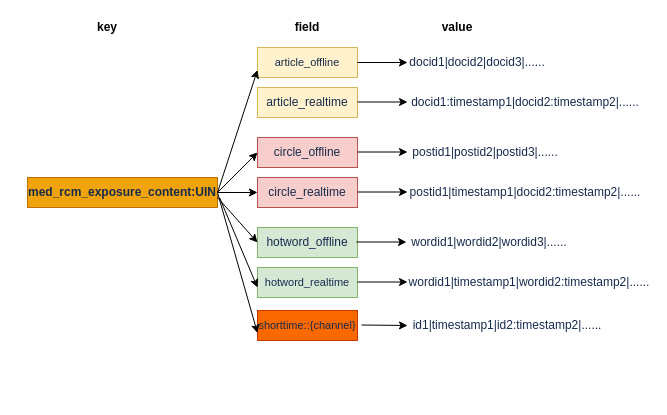
Above: exposure_redis_hash.drawio in checkking/diagrams (draw.io), before the change. Source tidied: cells renumbered, new cells numbered last; positions are measured from the earlier drawing's top-left corner, leaving out a move shared by most shapes. Both pictures are drawn from the tidied source at 100%, with x=0, y=0 at pixel (27, 17).
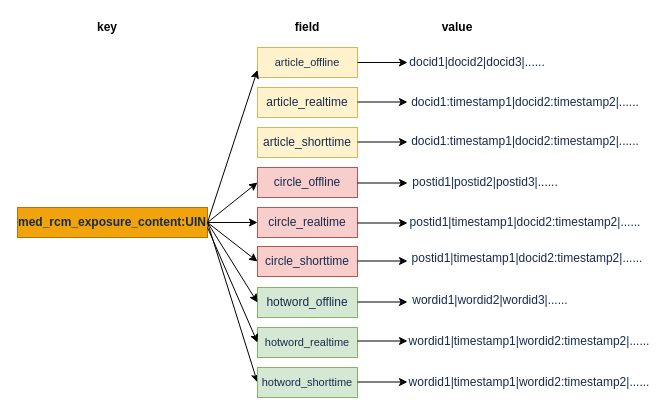
The same page after the edit.

Diff of the diagram source:
```diff
@@
+    <mxCell id="33" style="rounded=0;jettySize=auto;html=1;exitX=1;exitY=0.5;exitDx=0;exitDy=0;entryX=0;entryY=0.5;entryDx=0;entryDy=0;" parent="1" edge="1" source="2" target="37">
+      <mxGeometry relative="1" as="geometry" />
+    </mxCell>
     <mxCell id="2" value="&lt;strong style=&quot;margin: 0px ; color: rgb(23 , 43 , 77) ; text-align: left&quot;&gt;&lt;span style=&quot;margin: 0px&quot;&gt;&lt;font style=&quot;font-size: 12px&quot;&gt;med_rcm_exposure_content:UIN&lt;/font&gt;&lt;/span&gt;&lt;/strong&gt;" style="rounded=0;whiteSpace=wrap;html=1;fillColor=#f0a30a;strokeColor=#BD7000;fontColor=#ffffff;" parent="1" vertex="1">
-      <mxGeometry y="160" width="190" height="30" as="geometry" />
+      <mxGeometry x="-10" y="190" width="190" height="30" as="geometry" />
     </mxCell>
@@
     <mxCell id="5" value="&lt;span style=&quot;margin: 0px ; color: rgb(23 , 43 , 77) ; text-align: left&quot;&gt;&lt;font style=&quot;font-size: 12px&quot;&gt;circle_offline&lt;/font&gt;&lt;/span&gt;" style="rounded=0;whiteSpace=wrap;html=1;fillColor=#f8cecc;strokeColor=#b85450;" parent="1" vertex="1">
-      <mxGeometry x="230" y="120" width="100" height="30" as="geometry" />
+      <mxGeometry x="230" y="150" width="100" height="30" as="geometry" />
     </mxCell>
     <mxCell id="6" value="&lt;span style=&quot;margin: 0px ; color: rgb(23 , 43 , 77) ; text-align: left&quot;&gt;&lt;font style=&quot;font-size: 12px&quot;&gt;&lt;span style=&quot;margin: 0px&quot;&gt;circle&lt;/span&gt;_realtime&lt;/font&gt;&lt;/span&gt;" style="rounded=0;whiteSpace=wrap;html=1;fillColor=#f8cecc;strokeColor=#b85450;" parent="1" vertex="1">
-      <mxGeometry x="230" y="160" width="100" height="30" as="geometry" />
+      <mxGeometry x="230" y="190" width="100" height="30" as="geometry" />
     </mxCell>
     <mxCell id="7" value="&lt;span style=&quot;margin: 0px ; color: rgb(23 , 43 , 77) ; text-align: left&quot;&gt;&lt;font style=&quot;font-size: 12px&quot;&gt;hotword_offline&lt;/font&gt;&lt;/span&gt;" style="rounded=0;whiteSpace=wrap;html=1;fillColor=#d5e8d4;strokeColor=#82b366;" parent="1" vertex="1">
-      <mxGeometry x="230" y="210" width="100" height="30" as="geometry" />
+      <mxGeometry x="230" y="270" width="100" height="30" as="geometry" />
     </mxCell>
     <mxCell id="8" value="&lt;span style=&quot;margin: 0px ; color: rgb(23 , 43 , 77) ; text-align: left&quot;&gt;&lt;font style=&quot;font-size: 11px&quot;&gt;hotword_realtime&lt;/font&gt;&lt;/span&gt;" style="rounded=0;whiteSpace=wrap;html=1;fontSize=11;fillColor=#d5e8d4;strokeColor=#82b366;" parent="1" vertex="1">
-      <mxGeometry x="230" y="250" width="100" height="30" as="geometry" />
+      <mxGeometry x="230" y="310" width="100" height="30" as="geometry" />
     </mxCell>
@@
-    <mxCell id="11" style="endArrow=classic;html=1;entryX=0;entryY=0.5;entryDx=0;entryDy=0;" parent="1" edge="1" target="6">
-      <mxGeometry relative="1" as="geometry">
-        <mxPoint x="190" y="175" as="sourcePoint" />
-      </mxGeometry>
+    <mxCell id="11" style="endArrow=classic;html=1;entryX=0;entryY=0.5;entryDx=0;entryDy=0;exitX=1;exitY=0.5;exitDx=0;exitDy=0;" parent="1" edge="1" source="2" target="6">
+      <mxGeometry relative="1" as="geometry" />
     </mxCell>
-    <mxCell id="12" style="endArrow=classic;html=1;entryX=0;entryY=0.5;entryDx=0;entryDy=0;" parent="1" edge="1" target="7">
-      <mxGeometry relative="1" as="geometry">
-        <mxPoint x="190" y="180" as="sourcePoint" />
-      </mxGeometry>
+    <mxCell id="12" style="endArrow=classic;html=1;entryX=0;entryY=0.5;entryDx=0;entryDy=0;exitX=1;exitY=0.5;exitDx=0;exitDy=0;" parent="1" edge="1" source="2" target="7">
+      <mxGeometry relative="1" as="geometry" />
     </mxCell>
-    <mxCell id="13" style="endArrow=classic;html=1;" parent="1" edge="1">
-      <mxGeometry relative="1" as="geometry">
-        <mxPoint x="192" y="180" as="sourcePoint" />
-        <mxPoint x="230" y="270" as="targetPoint" />
-      </mxGeometry>
+    <mxCell id="13" style="endArrow=classic;html=1;entryX=0;entryY=0.5;entryDx=0;entryDy=0;exitX=1;exitY=0.5;exitDx=0;exitDy=0;" parent="1" edge="1" source="2" target="40">
+      <mxGeometry relative="1" as="geometry" />
     </mxCell>
@@
     <mxCell id="16" value="&lt;span style=&quot;color: rgb(23 , 43 , 77) ; text-align: left ; background-color: rgb(255 , 255 , 255)&quot;&gt;postid1|postid2|postid3|......&lt;/span&gt;" style="text;html=1;strokeColor=none;fillColor=none;align=center;verticalAlign=middle;whiteSpace=wrap;rounded=0;" parent="1" vertex="1">
-      <mxGeometry x="438" y="125" width="40" height="20" as="geometry" />
+      <mxGeometry x="438" y="155" width="40" height="20" as="geometry" />
     </mxCell>
     <mxCell id="17" value="&lt;span style=&quot;color: rgb(23 , 43 , 77) ; text-align: left ; background-color: rgb(255 , 255 , 255)&quot;&gt;postid1|timestamp1|docid2:timestamp2|......&lt;/span&gt;" style="text;html=1;strokeColor=none;fillColor=none;align=center;verticalAlign=middle;whiteSpace=wrap;rounded=0;" parent="1" vertex="1">
-      <mxGeometry x="478" y="165" width="40" height="20" as="geometry" />
+      <mxGeometry x="478" y="195" width="40" height="20" as="geometry" />
     </mxCell>
     <mxCell id="18" value="&lt;span style=&quot;color: rgb(23 , 43 , 77) ; text-align: left ; background-color: rgb(255 , 255 , 255)&quot;&gt;wordid1|wordid2|wordid3|......&lt;/span&gt;" style="text;html=1;strokeColor=none;fillColor=none;align=center;verticalAlign=middle;whiteSpace=wrap;rounded=0;" parent="1" vertex="1">
-      <mxGeometry x="442" y="215" width="40" height="20" as="geometry" />
+      <mxGeometry x="443" y="273" width="40" height="20" as="geometry" />
     </mxCell>
     <mxCell id="19" value="&lt;span style=&quot;color: rgb(23 , 43 , 77) ; text-align: left ; background-color: rgb(255 , 255 , 255)&quot;&gt;wordid1|timestamp1|wordid2:timestamp2|......&lt;/span&gt;" style="text;html=1;strokeColor=none;fillColor=none;align=center;verticalAlign=middle;whiteSpace=wrap;rounded=0;" parent="1" vertex="1">
-      <mxGeometry x="482" y="255" width="40" height="20" as="geometry" />
+      <mxGeometry x="482" y="314" width="40" height="20" as="geometry" />
     </mxCell>
@@
     <mxCell id="22" style="endArrow=classic;html=1;exitX=1;exitY=0.5;exitDx=0;exitDy=0;" parent="1" edge="1">
       <mxGeometry relative="1" as="geometry">
-        <mxPoint x="330" y="134.5" as="sourcePoint" />
-        <mxPoint x="380" y="134.5" as="targetPoint" />
+        <mxPoint x="330" y="165.5" as="sourcePoint" />
+        <mxPoint x="380" y="165.5" as="targetPoint" />
       </mxGeometry>
     </mxCell>
     <mxCell id="23" style="endArrow=classic;html=1;exitX=1;exitY=0.5;exitDx=0;exitDy=0;" parent="1" edge="1">
       <mxGeometry relative="1" as="geometry">
-        <mxPoint x="330" y="174.5" as="sourcePoint" />
-        <mxPoint x="380" y="174.5" as="targetPoint" />
+        <mxPoint x="330" y="205.5" as="sourcePoint" />
+        <mxPoint x="380" y="205.5" as="targetPoint" />
       </mxGeometry>
     </mxCell>
     <mxCell id="24" style="endArrow=classic;html=1;exitX=1;exitY=0.5;exitDx=0;exitDy=0;" parent="1" edge="1">
       <mxGeometry relative="1" as="geometry">
-        <mxPoint x="329" y="224.5" as="sourcePoint" />
-        <mxPoint x="379" y="224.5" as="targetPoint" />
+        <mxPoint x="330" y="284.5" as="sourcePoint" />
+        <mxPoint x="380" y="284.5" as="targetPoint" />
       </mxGeometry>
     </mxCell>
     <mxCell id="25" style="endArrow=classic;html=1;exitX=1;exitY=0.5;exitDx=0;exitDy=0;" parent="1" edge="1">
       <mxGeometry relative="1" as="geometry">
-        <mxPoint x="330" y="264.5" as="sourcePoint" />
-        <mxPoint x="380" y="264.5" as="targetPoint" />
+        <mxPoint x="330" y="323.5" as="sourcePoint" />
+        <mxPoint x="380" y="323.5" as="targetPoint" />
       </mxGeometry>
     </mxCell>
@@
-    <mxCell id="29" value="&lt;font color=&quot;#172b4d&quot;&gt;shorttime::{channel}&lt;/font&gt;" style="rounded=0;whiteSpace=wrap;html=1;fontSize=11;fillColor=#fa6800;strokeColor=#C73500;fontColor=#ffffff;" parent="1" vertex="1">
-      <mxGeometry x="230" y="293" width="100" height="30" as="geometry" />
-    </mxCell>
-    <mxCell id="30" style="endArrow=classic;html=1;strokeColor=#000000;entryX=0;entryY=0.75;entryDx=0;entryDy=0;exitX=1;exitY=0.5;exitDx=0;exitDy=0;" parent="1" edge="1" source="2" target="29">
-      <mxGeometry relative="1" as="geometry" />
+    <mxCell id="30" style="endArrow=classic;html=1;strokeColor=#000000;entryX=0;entryY=0.5;entryDx=0;entryDy=0;" parent="1" edge="1" target="8">
+      <mxGeometry relative="1" as="geometry">
+        <mxPoint x="180" y="210" as="sourcePoint" />
+      </mxGeometry>
     </mxCell>
-    <mxCell id="31" value="&lt;span style=&quot;color: rgb(23 , 43 , 77) ; text-align: left ; background-color: rgb(255 , 255 , 255)&quot;&gt;id1|timestamp1|id2:timestamp2|......&lt;/span&gt;" style="text;html=1;strokeColor=none;fillColor=none;align=center;verticalAlign=middle;whiteSpace=wrap;rounded=0;" parent="1" vertex="1">
-      <mxGeometry x="460" y="298" width="40" height="20" as="geometry" />
-    </mxCell>
-    <mxCell id="32" style="endArrow=classic;html=1;exitX=1;exitY=0.5;exitDx=0;exitDy=0;" parent="1" edge="1">
-      <mxGeometry relative="1" as="geometry">
-        <mxPoint x="334" y="307.5" as="sourcePoint" />
-        <mxPoint x="380" y="308" as="targetPoint" />
-      </mxGeometry>
-    </mxCell>
+    <mxCell id="34" value="&lt;span style=&quot;margin: 0px ; color: rgb(23 , 43 , 77) ; text-align: left&quot;&gt;&lt;font style=&quot;font-size: 12px&quot;&gt;article_shorttime&lt;/font&gt;&lt;/span&gt;" style="rounded=0;whiteSpace=wrap;html=1;fillColor=#fff2cc;strokeColor=#d6b656;" parent="1" vertex="1">
+      <mxGeometry x="230" y="110" width="100" height="30" as="geometry" />
+    </mxCell>
+    <mxCell id="35" value="&lt;span style=&quot;color: rgb(23 , 43 , 77) ; text-align: left ; background-color: rgb(255 , 255 , 255)&quot;&gt;docid1:timestamp1|docid2:timestamp2|......&lt;/span&gt;" style="text;html=1;align=center;verticalAlign=middle;whiteSpace=wrap;rounded=0;" parent="1" vertex="1">
+      <mxGeometry x="478" y="114" width="40" height="20" as="geometry" />
+    </mxCell>
+    <mxCell id="36" style="endArrow=classic;html=1;exitX=1;exitY=0.5;exitDx=0;exitDy=0;fillColor=#fff2cc;" parent="1" edge="1">
+      <mxGeometry relative="1" as="geometry">
+        <mxPoint x="330" y="124.5" as="sourcePoint" />
+        <mxPoint x="380" y="124.5" as="targetPoint" />
+        <Array as="points">
+          <mxPoint x="330" y="125" />
+        </Array>
+      </mxGeometry>
+    </mxCell>
+    <mxCell id="37" value="&lt;span style=&quot;margin: 0px ; color: rgb(23 , 43 , 77) ; text-align: left&quot;&gt;&lt;font style=&quot;font-size: 12px&quot;&gt;&lt;span style=&quot;margin: 0px&quot;&gt;circle&lt;/span&gt;_shorttime&lt;/font&gt;&lt;/span&gt;" style="rounded=0;whiteSpace=wrap;html=1;fillColor=#f8cecc;strokeColor=#b85450;" parent="1" vertex="1">
+      <mxGeometry x="230" y="229" width="100" height="30" as="geometry" />
+    </mxCell>
+    <mxCell id="38" value="&lt;span style=&quot;color: rgb(23 , 43 , 77) ; text-align: left ; background-color: rgb(255 , 255 , 255)&quot;&gt;postid1|timestamp1|docid2:timestamp2|......&lt;/span&gt;" style="text;html=1;strokeColor=none;fillColor=none;align=center;verticalAlign=middle;whiteSpace=wrap;rounded=0;" parent="1" vertex="1">
+      <mxGeometry x="480" y="231" width="40" height="20" as="geometry" />
+    </mxCell>
+    <mxCell id="39" style="endArrow=classic;html=1;exitX=1;exitY=0.5;exitDx=0;exitDy=0;" parent="1" edge="1">
+      <mxGeometry relative="1" as="geometry">
+        <mxPoint x="330" y="243.5" as="sourcePoint" />
+        <mxPoint x="380" y="243.5" as="targetPoint" />
+      </mxGeometry>
+    </mxCell>
+    <mxCell id="40" value="&lt;span style=&quot;margin: 0px ; color: rgb(23 , 43 , 77) ; text-align: left&quot;&gt;&lt;font style=&quot;font-size: 11px&quot;&gt;hotword_shorttime&lt;/font&gt;&lt;/span&gt;" style="rounded=0;whiteSpace=wrap;html=1;fontSize=11;fillColor=#d5e8d4;strokeColor=#82b366;" parent="1" vertex="1">
+      <mxGeometry x="230" y="350" width="100" height="30" as="geometry" />
+    </mxCell>
+    <mxCell id="41" value="&lt;span style=&quot;color: rgb(23 , 43 , 77) ; text-align: left ; background-color: rgb(255 , 255 , 255)&quot;&gt;wordid1|timestamp1|wordid2:timestamp2|......&lt;/span&gt;" style="text;html=1;strokeColor=none;fillColor=none;align=center;verticalAlign=middle;whiteSpace=wrap;rounded=0;" parent="1" vertex="1">
+      <mxGeometry x="482" y="355" width="40" height="20" as="geometry" />
+    </mxCell>
+    <mxCell id="42" style="endArrow=classic;html=1;exitX=1;exitY=0.5;exitDx=0;exitDy=0;" parent="1" edge="1">
+      <mxGeometry relative="1" as="geometry">
+        <mxPoint x="330" y="364.5" as="sourcePoint" />
+        <mxPoint x="380" y="364.5" as="targetPoint" />
+      </mxGeometry>
+    </mxCell>
```
